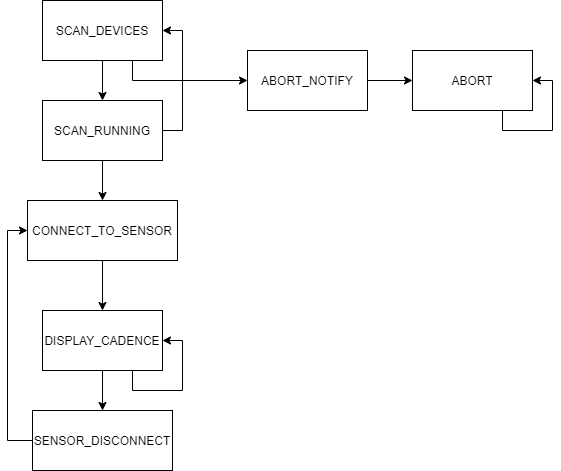
The draw.io diagram img/cadence-state.png in stumpylog/cadence-sensor-display, before a commit. Source tidied: cells renumbered, new cells last; positions are measured from the earlier drawing's top-left corner, leaving out a move shared by most shapes.
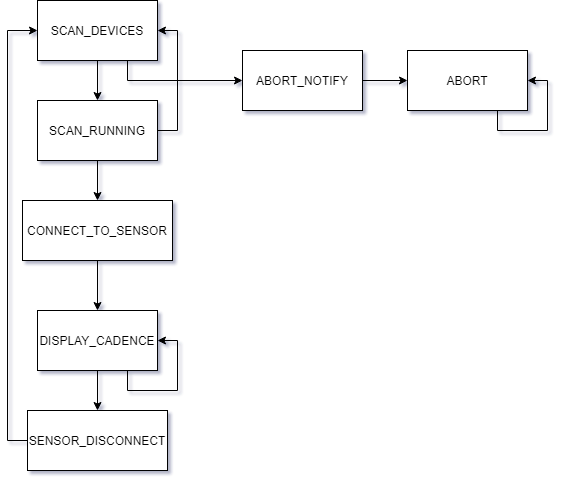
After the change.

The edit, as a diff of the source:
```diff
@@ -32,7 +32,7 @@
     <mxCell id="11" value="DISPLAY_CADENCE" style="rounded=0;whiteSpace=wrap;html=1;" parent="1" vertex="1">
       <mxGeometry x="15" y="310" width="120" height="60" as="geometry" />
     </mxCell>
-    <mxCell id="12" style="edgeStyle=orthogonalEdgeStyle;rounded=0;jettySize=auto;html=1;exitX=0;exitY=0.5;exitDx=0;exitDy=0;entryX=0;entryY=0.5;entryDx=0;entryDy=0;" parent="1" edge="1" source="13" target="6">
+    <mxCell id="12" style="edgeStyle=orthogonalEdgeStyle;rounded=0;jettySize=auto;html=1;exitX=0;exitY=0.5;exitDx=0;exitDy=0;entryX=0;entryY=0.5;entryDx=0;entryDy=0;" parent="1" edge="1" source="13" target="4">
       <mxGeometry relative="1" as="geometry" />
     </mxCell>
     <mxCell id="13" value="SENSOR_DISCONNECT" style="rounded=0;whiteSpace=wrap;html=1;" parent="1" vertex="1">
```
